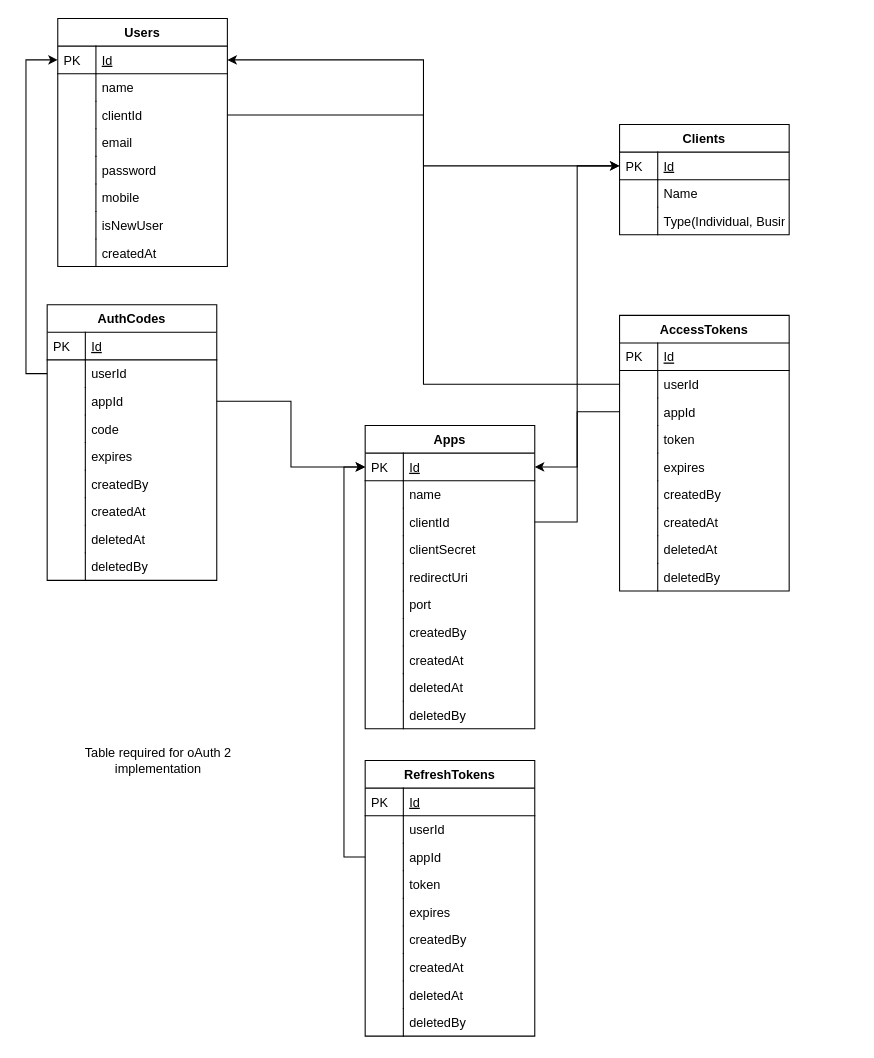
darshitvvora/DatabaseSchemaDesigns keeps this draw.io diagram as page "accounts" (2 of 5) of Generic Database Structure for Ecommerce Platform.drawio. Above is the earlier version. Source tidied: cells renumbered, new cells numbered last; positions are measured from the earlier drawing's top-left corner, leaving out a move shared by most shapes. Both pictures are drawn from the tidied source at 106%, with x=0, y=0 at pixel (47, 18).
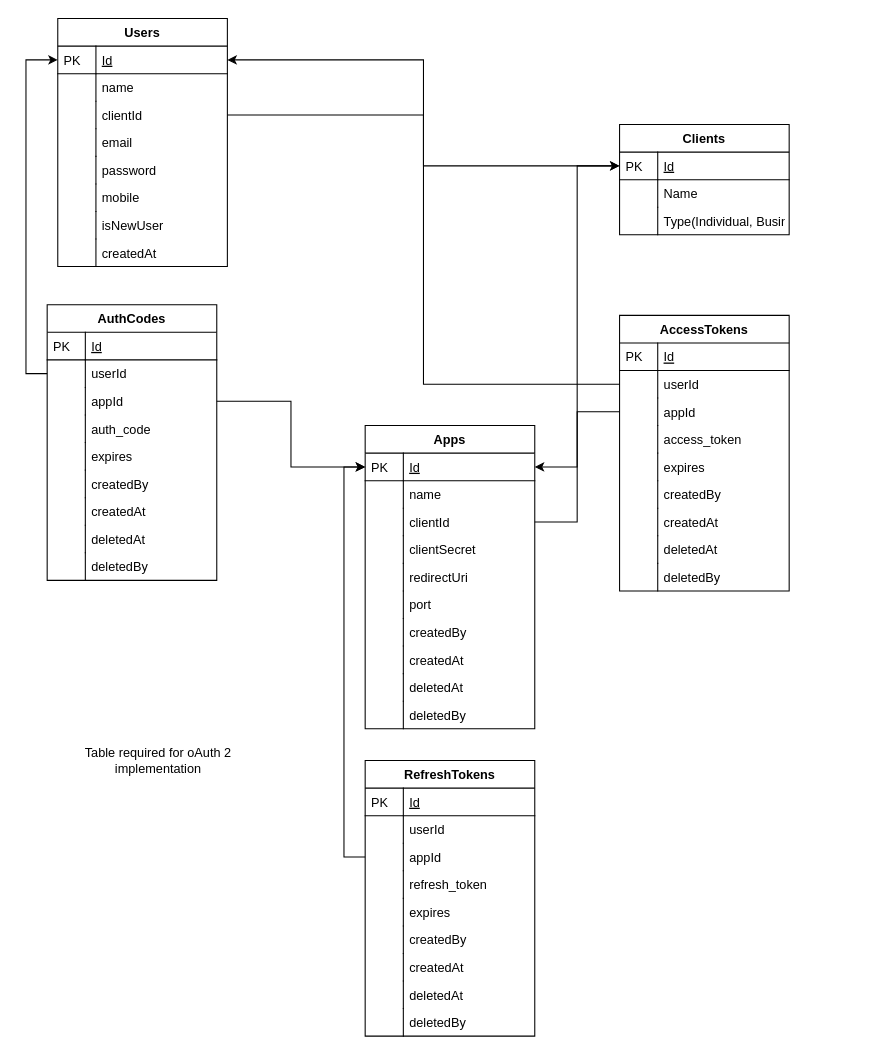
After the change.

Unchanged cells that the change refers to:
```xml
<mxCell id="49" value="AccessTokens" style="swimlane;fontStyle=1;horizontal=1;startSize=26;rounded=0;shadow=0;strokeWidth=1;" parent="1" vertex="1">
  <mxGeometry x="540" y="280" width="160" height="260" as="geometry" />
</mxCell>
<mxCell id="68" value="RefreshTokens" style="swimlane;fontStyle=1;horizontal=1;startSize=26;rounded=0;shadow=0;strokeWidth=1;" parent="1" vertex="1">
  <mxGeometry x="300" y="700" width="160" height="260" as="geometry" />
</mxCell>
<mxCell id="87" value="AuthCodes" style="swimlane;fontStyle=1;horizontal=1;startSize=26;rounded=0;shadow=0;strokeWidth=1;" parent="1" vertex="1">
  <mxGeometry y="270" width="160" height="260" as="geometry" />
</mxCell>
```

What changed in the source:
```diff
@@
-    <mxCell id="56" value="token" style="shape=partialRectangle;top=0;left=0;right=0;bottom=0;align=left;verticalAlign=top;fillColor=none;spacingLeft=40;spacingRight=4;overflow=hidden;rounded=0;shadow=0;strokeWidth=1;" parent="49" vertex="1">
+    <mxCell id="56" value="access_token" style="shape=partialRectangle;top=0;left=0;right=0;bottom=0;align=left;verticalAlign=top;fillColor=none;spacingLeft=40;spacingRight=4;overflow=hidden;rounded=0;shadow=0;strokeWidth=1;" parent="49" vertex="1">
       <mxGeometry y="104" width="160" height="26" as="geometry" />
     </mxCell>
@@
-    <mxCell id="75" value="token" style="shape=partialRectangle;top=0;left=0;right=0;bottom=0;align=left;verticalAlign=top;fillColor=none;spacingLeft=40;spacingRight=4;overflow=hidden;rounded=0;shadow=0;strokeWidth=1;" parent="68" vertex="1">
+    <mxCell id="75" value="refresh_token" style="shape=partialRectangle;top=0;left=0;right=0;bottom=0;align=left;verticalAlign=top;fillColor=none;spacingLeft=40;spacingRight=4;overflow=hidden;rounded=0;shadow=0;strokeWidth=1;" parent="68" vertex="1">
       <mxGeometry y="104" width="160" height="26" as="geometry" />
     </mxCell>
@@
-    <mxCell id="94" value="code" style="shape=partialRectangle;top=0;left=0;right=0;bottom=0;align=left;verticalAlign=top;fillColor=none;spacingLeft=40;spacingRight=4;overflow=hidden;rounded=0;shadow=0;strokeWidth=1;" parent="87" vertex="1">
+    <mxCell id="94" value="auth_code" style="shape=partialRectangle;top=0;left=0;right=0;bottom=0;align=left;verticalAlign=top;fillColor=none;spacingLeft=40;spacingRight=4;overflow=hidden;rounded=0;shadow=0;strokeWidth=1;" parent="87" vertex="1">
       <mxGeometry y="104" width="160" height="26" as="geometry" />
     </mxCell>
```
